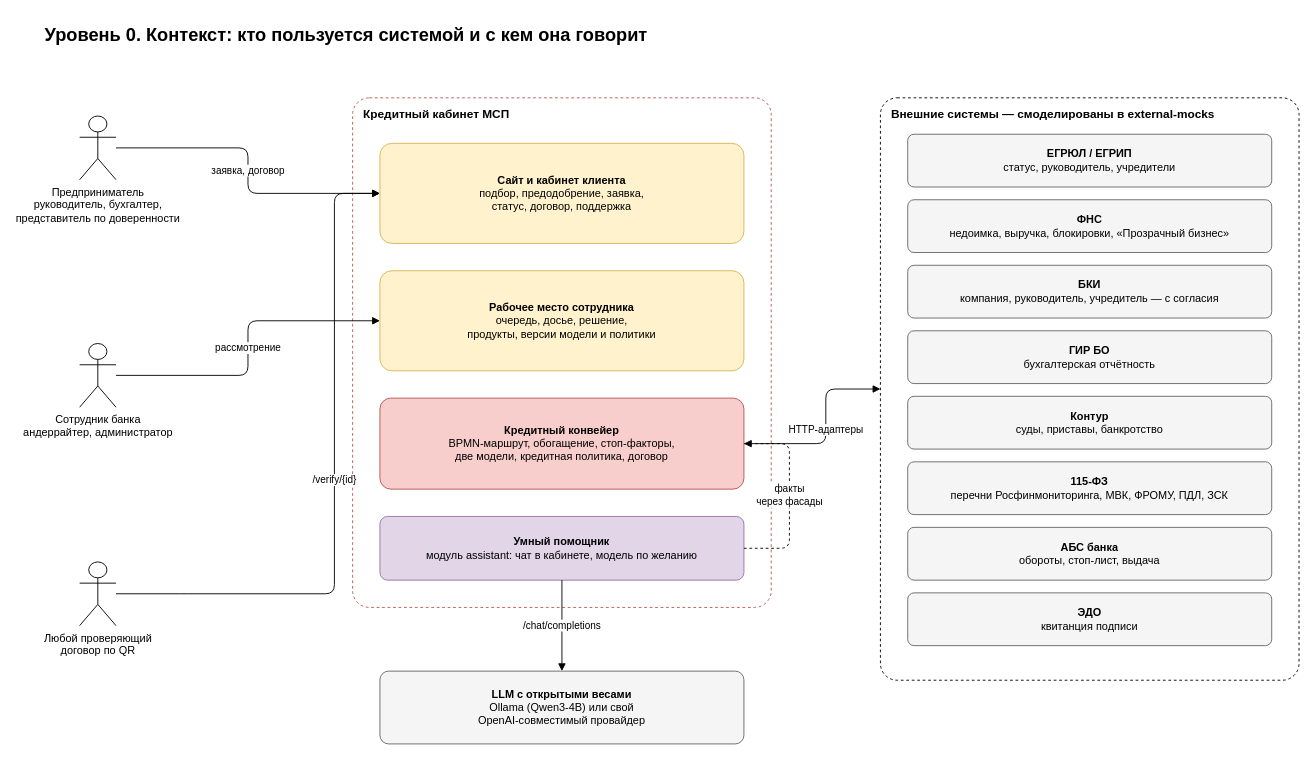
1nsanexeEZ/hackaton_alfabank_2026 keeps this draw.io diagram as page "0. Контекст" (1 of 9) of docs/architecture/architecture-overview.drawio. Above is the earlier version. Source tidied: cells renumbered, new cells numbered last; positions are measured from the earlier drawing's top-left corner, leaving out a move shared by most shapes. Both pictures are drawn from the tidied source at 91%, with x=0, y=0 at pixel (43, 15).
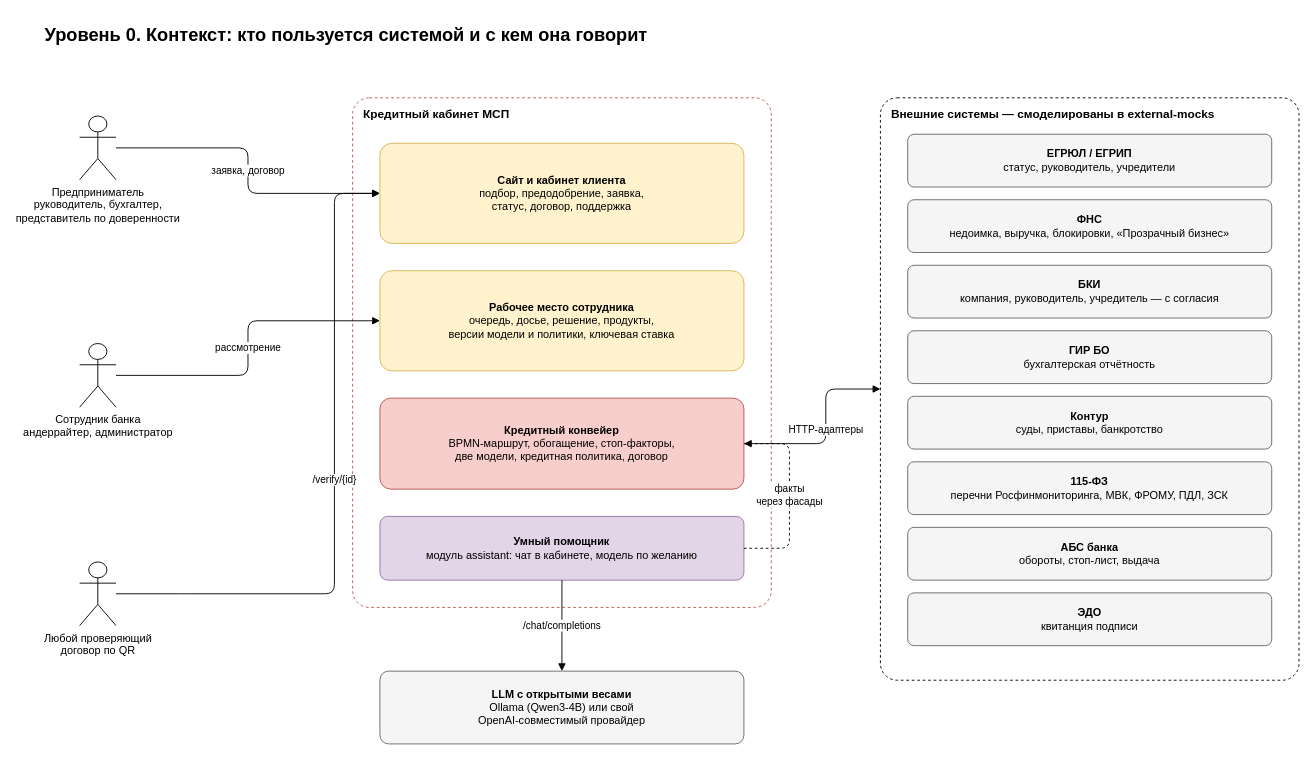
After the change.

What changed in the source:
```diff
@@
-    <mxCell id="8" value="&lt;b&gt;Рабочее место сотрудника&lt;/b&gt;&lt;br&gt;очередь, досье, решение,&lt;br&gt;продукты, версии модели и политики" style="rounded=1;whiteSpace=wrap;html=1;fontSize=12;arcSize=12;fillColor=#fff2cc;strokeColor=#d6b656;" parent="1" vertex="1">
+    <mxCell id="8" value="&lt;b&gt;Рабочее место сотрудника&lt;/b&gt;&lt;br&gt;очередь, досье, решение, продукты,&lt;br&gt;версии модели и политики, ключевая ставка" style="rounded=1;whiteSpace=wrap;html=1;fontSize=12;arcSize=12;fillColor=#fff2cc;strokeColor=#d6b656;" parent="1" vertex="1">
       <mxGeometry x="370" y="280" width="400" height="110" as="geometry" />
     </mxCell>
```
